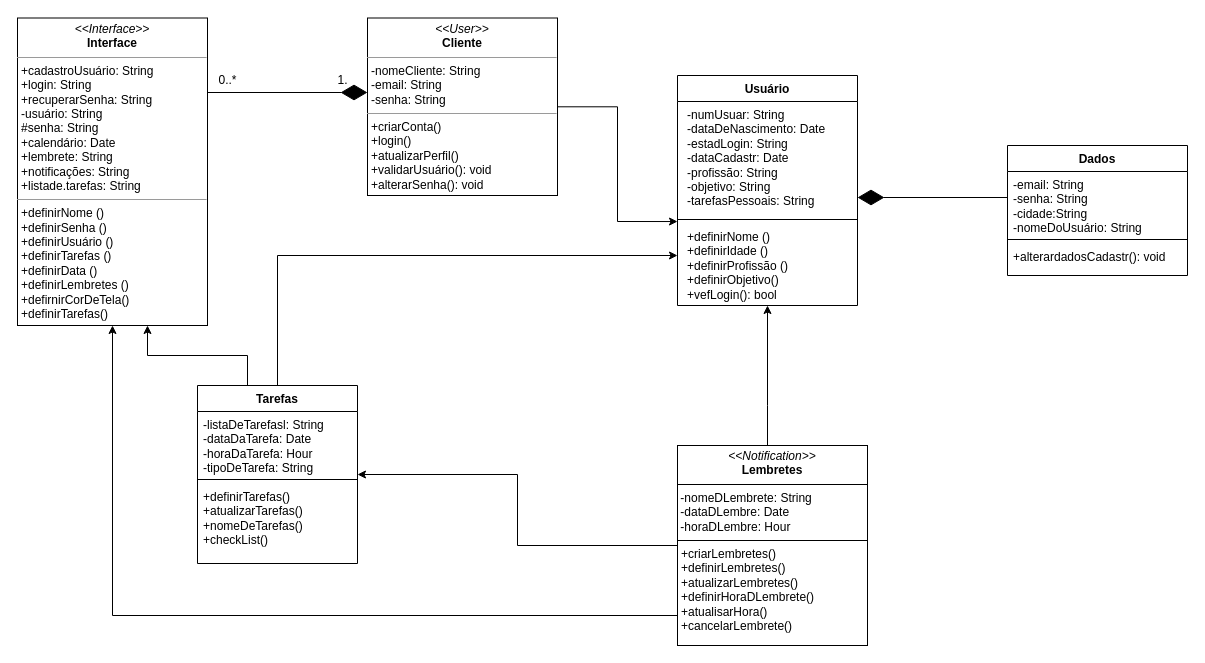
Above: docs/img/Diagrama de classe.drawio in ICEI-PUC-Minas-PMV-ADS/pmv-ads-2024-1-e2-proj-int-t3-grupo03 (draw.io), before the change. Source tidied: cells renumbered, new cells numbered last; positions are measured from the earlier drawing's top-left corner, leaving out a move shared by most shapes. Both pictures are drawn from the tidied source at 100%, with x=0, y=0 at pixel (17, 17).
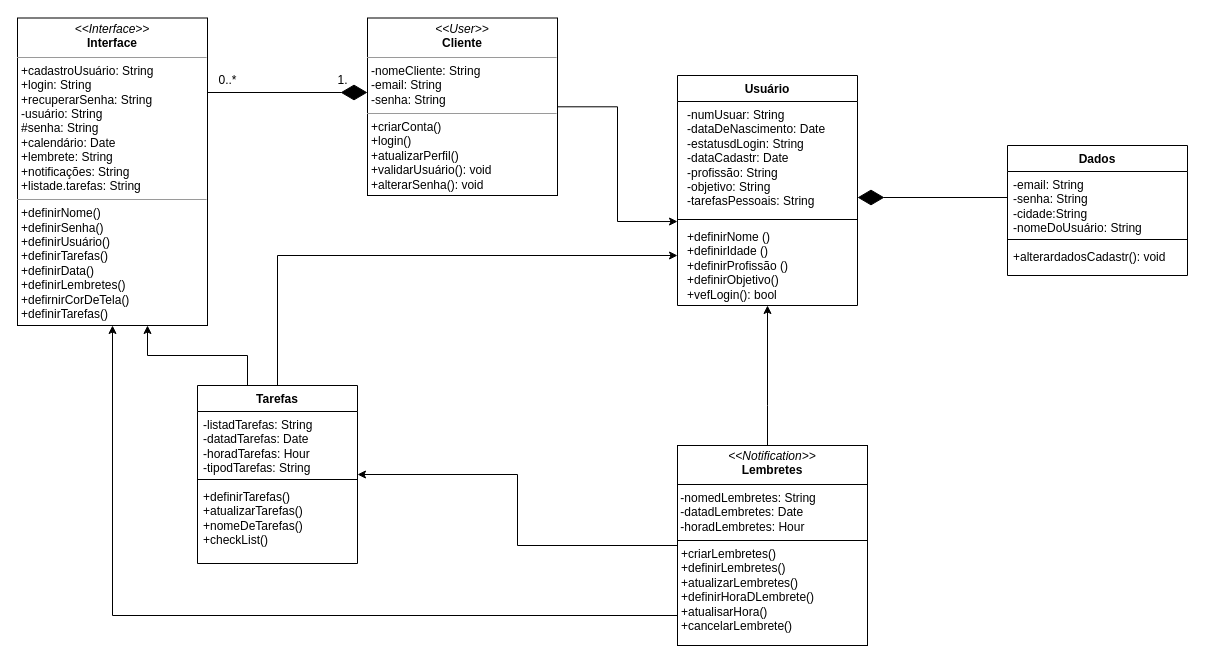
After the change.

Commit message (it also covers changes not shown here):
Diagrama de classe kipa.drawio

Unchanged cells that the change refers to:
```xml
<mxCell id="6" value="Usuário" style="swimlane;fontStyle=1;align=center;verticalAlign=top;horizontal=1;startSize=26;whiteSpace=wrap;html=1;" parent="1" vertex="1">
  <mxGeometry x="660" y="58" width="180" height="230" as="geometry" />
</mxCell>
<mxCell id="12" value="Tarefas" style="swimlane;fontStyle=1;align=center;verticalAlign=top;horizontal=1;startSize=26;whiteSpace=wrap;html=1;" parent="1" vertex="1">
  <mxGeometry x="180" y="368" width="160" height="178" as="geometry" />
</mxCell>
```

Change to the diagram source:
```diff
@@
-    <mxCell id="2" value="&lt;p style=&quot;margin:0px;margin-top:4px;text-align:center;&quot;&gt;&lt;i&gt;&amp;lt;&amp;lt;Interface&amp;gt;&amp;gt;&lt;/i&gt;&lt;br&gt;&lt;b&gt;Interface&lt;/b&gt;&lt;/p&gt;&lt;hr size=&quot;1&quot;&gt;&lt;p style=&quot;margin:0px;margin-left:4px;&quot;&gt;+cadastroUsuário:&amp;nbsp;&lt;span style=&quot;background-color: initial;&quot;&gt;String&lt;/span&gt;&lt;/p&gt;&lt;p style=&quot;margin:0px;margin-left:4px;&quot;&gt;+login:&amp;nbsp;&lt;span style=&quot;background-color: initial;&quot;&gt;String&lt;/span&gt;&lt;/p&gt;&lt;p style=&quot;margin:0px;margin-left:4px;&quot;&gt;+recuperarSenha:&amp;nbsp;&lt;span style=&quot;background-color: initial;&quot;&gt;String&lt;/span&gt;&lt;/p&gt;&lt;p style=&quot;margin:0px;margin-left:4px;&quot;&gt;&lt;span style=&quot;background-color: initial;&quot;&gt;-usuário:&amp;nbsp;&lt;/span&gt;&lt;span style=&quot;background-color: initial;&quot;&gt;String&lt;/span&gt;&lt;/p&gt;&lt;p style=&quot;margin:0px;margin-left:4px;&quot;&gt;&lt;span style=&quot;background-color: initial;&quot;&gt;#senha:&amp;nbsp;&lt;/span&gt;&lt;span style=&quot;background-color: initial;&quot;&gt;String&lt;/span&gt;&lt;/p&gt;&lt;p style=&quot;margin:0px;margin-left:4px;&quot;&gt;+calendário: Date&lt;/p&gt;&lt;p style=&quot;margin:0px;margin-left:4px;&quot;&gt;+lembrete:&amp;nbsp;&lt;span style=&quot;background-color: initial;&quot;&gt;String&lt;/span&gt;&lt;/p&gt;&lt;p style=&quot;margin:0px;margin-left:4px;&quot;&gt;+notificações:&amp;nbsp;&lt;span style=&quot;background-color: initial;&quot;&gt;String&lt;/span&gt;&lt;/p&gt;&lt;p style=&quot;margin:0px;margin-left:4px;&quot;&gt;&lt;span style=&quot;background-color: initial;&quot;&gt;+listade.tarefas:&amp;nbsp;&lt;/span&gt;&lt;span style=&quot;background-color: initial;&quot;&gt;String&lt;/span&gt;&lt;/p&gt;&lt;hr size=&quot;1&quot;&gt;&lt;p style=&quot;margin:0px;margin-left:4px;&quot;&gt;+definirNome ()&lt;/p&gt;&lt;p style=&quot;margin:0px;margin-left:4px;&quot;&gt;+definirSenha ()&lt;/p&gt;&lt;p style=&quot;margin:0px;margin-left:4px;&quot;&gt;+definirUsuário ()&lt;/p&gt;&lt;p style=&quot;margin:0px;margin-left:4px;&quot;&gt;+definirTarefas ()&lt;/p&gt;&lt;p style=&quot;margin:0px;margin-left:4px;&quot;&gt;+definirData ()&lt;br&gt;&lt;/p&gt;&lt;p style=&quot;margin:0px;margin-left:4px;&quot;&gt;+definirLembretes ()&lt;/p&gt;&lt;p style=&quot;margin:0px;margin-left:4px;&quot;&gt;+defirnirCorDeTela()&lt;/p&gt;&lt;p style=&quot;margin:0px;margin-left:4px;&quot;&gt;+definirTarefas()&lt;/p&gt;&lt;p style=&quot;margin: 0px 0px 0px 4px;&quot;&gt;&lt;br&gt;&lt;/p&gt;&lt;p style=&quot;margin:0px;margin-left:4px;&quot;&gt;&lt;br&gt;&lt;/p&gt;&lt;p style=&quot;margin:0px;margin-left:4px;&quot;&gt;&lt;br&gt;&lt;/p&gt;&lt;p style=&quot;margin:0px;margin-left:4px;&quot;&gt;&lt;br&gt;&lt;/p&gt;" style="verticalAlign=top;align=left;overflow=fill;fontSize=12;fontFamily=Helvetica;html=1;rounded=0;shadow=0;comic=0;labelBackgroundColor=none;strokeWidth=1;" parent="1" vertex="1">
+    <mxCell id="2" value="&lt;p style=&quot;margin:0px;margin-top:4px;text-align:center;&quot;&gt;&lt;i&gt;&amp;lt;&amp;lt;Interface&amp;gt;&amp;gt;&lt;/i&gt;&lt;br&gt;&lt;b&gt;Interface&lt;/b&gt;&lt;/p&gt;&lt;hr size=&quot;1&quot;&gt;&lt;p style=&quot;margin:0px;margin-left:4px;&quot;&gt;+cadastroUsuário:&amp;nbsp;&lt;span style=&quot;background-color: initial;&quot;&gt;String&lt;/span&gt;&lt;/p&gt;&lt;p style=&quot;margin:0px;margin-left:4px;&quot;&gt;+login:&amp;nbsp;&lt;span style=&quot;background-color: initial;&quot;&gt;String&lt;/span&gt;&lt;/p&gt;&lt;p style=&quot;margin:0px;margin-left:4px;&quot;&gt;+recuperarSenha:&amp;nbsp;&lt;span style=&quot;background-color: initial;&quot;&gt;String&lt;/span&gt;&lt;/p&gt;&lt;p style=&quot;margin:0px;margin-left:4px;&quot;&gt;&lt;span style=&quot;background-color: initial;&quot;&gt;-usuário:&amp;nbsp;&lt;/span&gt;&lt;span style=&quot;background-color: initial;&quot;&gt;String&lt;/span&gt;&lt;/p&gt;&lt;p style=&quot;margin:0px;margin-left:4px;&quot;&gt;&lt;span style=&quot;background-color: initial;&quot;&gt;#senha:&amp;nbsp;&lt;/span&gt;&lt;span style=&quot;background-color: initial;&quot;&gt;String&lt;/span&gt;&lt;/p&gt;&lt;p style=&quot;margin:0px;margin-left:4px;&quot;&gt;+calendário: Date&lt;/p&gt;&lt;p style=&quot;margin:0px;margin-left:4px;&quot;&gt;+lembrete:&amp;nbsp;&lt;span style=&quot;background-color: initial;&quot;&gt;String&lt;/span&gt;&lt;/p&gt;&lt;p style=&quot;margin:0px;margin-left:4px;&quot;&gt;+notificações:&amp;nbsp;&lt;span style=&quot;background-color: initial;&quot;&gt;String&lt;/span&gt;&lt;/p&gt;&lt;p style=&quot;margin:0px;margin-left:4px;&quot;&gt;&lt;span style=&quot;background-color: initial;&quot;&gt;+listade.tarefas:&amp;nbsp;&lt;/span&gt;&lt;span style=&quot;background-color: initial;&quot;&gt;String&lt;/span&gt;&lt;/p&gt;&lt;hr size=&quot;1&quot;&gt;&lt;p style=&quot;margin:0px;margin-left:4px;&quot;&gt;+definirNome()&lt;/p&gt;&lt;p style=&quot;margin:0px;margin-left:4px;&quot;&gt;+definirSenha()&lt;/p&gt;&lt;p style=&quot;margin:0px;margin-left:4px;&quot;&gt;+definirUsuário()&lt;/p&gt;&lt;p style=&quot;margin:0px;margin-left:4px;&quot;&gt;+definirTarefas()&lt;/p&gt;&lt;p style=&quot;margin:0px;margin-left:4px;&quot;&gt;+definirData()&lt;br&gt;&lt;/p&gt;&lt;p style=&quot;margin:0px;margin-left:4px;&quot;&gt;+definirLembretes()&lt;/p&gt;&lt;p style=&quot;margin:0px;margin-left:4px;&quot;&gt;+defirnirCorDeTela()&lt;/p&gt;&lt;p style=&quot;margin:0px;margin-left:4px;&quot;&gt;+definirTarefas()&lt;/p&gt;&lt;p style=&quot;margin: 0px 0px 0px 4px;&quot;&gt;&lt;br&gt;&lt;/p&gt;&lt;p style=&quot;margin:0px;margin-left:4px;&quot;&gt;&lt;br&gt;&lt;/p&gt;&lt;p style=&quot;margin:0px;margin-left:4px;&quot;&gt;&lt;br&gt;&lt;/p&gt;&lt;p style=&quot;margin:0px;margin-left:4px;&quot;&gt;&lt;br&gt;&lt;/p&gt;" style="verticalAlign=top;align=left;overflow=fill;fontSize=12;fontFamily=Helvetica;html=1;rounded=0;shadow=0;comic=0;labelBackgroundColor=none;strokeWidth=1;" parent="1" vertex="1">
       <mxGeometry y="0.5" width="190" height="307.5" as="geometry" />
     </mxCell>
@@
-    <mxCell id="7" value="&lt;p style=&quot;text-wrap: nowrap; margin: 0px 0px 0px 4px;&quot;&gt;-numUsuar:&amp;nbsp;&lt;span style=&quot;background-color: initial;&quot;&gt;String&lt;/span&gt;&lt;/p&gt;&lt;p style=&quot;text-wrap: nowrap; margin: 0px 0px 0px 4px;&quot;&gt;-dataDeNascimento: Date&lt;/p&gt;&lt;p style=&quot;text-wrap: nowrap; margin: 0px 0px 0px 4px;&quot;&gt;-estadLogin:&amp;nbsp;&lt;span style=&quot;background-color: initial;&quot;&gt;String&lt;/span&gt;&lt;/p&gt;&lt;p style=&quot;text-wrap: nowrap; margin: 0px 0px 0px 4px;&quot;&gt;&lt;span style=&quot;background-color: initial;&quot;&gt;-dataCadastr: Date&lt;/span&gt;&lt;/p&gt;&lt;p style=&quot;text-wrap: nowrap; margin: 0px 0px 0px 4px;&quot;&gt;-profissão: String&lt;/p&gt;&lt;p style=&quot;text-wrap: nowrap; margin: 0px 0px 0px 4px;&quot;&gt;-objetivo: String&lt;/p&gt;&lt;p style=&quot;text-wrap: nowrap; margin: 0px 0px 0px 4px;&quot;&gt;-tarefasPessoais: String&lt;/p&gt;&lt;p style=&quot;text-wrap: nowrap; margin: 0px 0px 0px 4px;&quot;&gt;&lt;br&gt;&lt;/p&gt;" style="text;strokeColor=none;fillColor=none;align=left;verticalAlign=top;spacingLeft=4;spacingRight=4;overflow=hidden;points=[[0,0.5],[1,0.5]];portConstraint=eastwest;whiteSpace=wrap;html=1;" parent="6" vertex="1">
+    <mxCell id="7" value="&lt;p style=&quot;text-wrap: nowrap; margin: 0px 0px 0px 4px;&quot;&gt;-numUsuar:&amp;nbsp;&lt;span style=&quot;background-color: initial;&quot;&gt;String&lt;/span&gt;&lt;/p&gt;&lt;p style=&quot;text-wrap: nowrap; margin: 0px 0px 0px 4px;&quot;&gt;-dataDeNascimento: Date&lt;/p&gt;&lt;p style=&quot;text-wrap: nowrap; margin: 0px 0px 0px 4px;&quot;&gt;-estatusdLogin:&amp;nbsp;&lt;span style=&quot;background-color: initial;&quot;&gt;String&lt;/span&gt;&lt;/p&gt;&lt;p style=&quot;text-wrap: nowrap; margin: 0px 0px 0px 4px;&quot;&gt;&lt;span style=&quot;background-color: initial;&quot;&gt;-dataCadastr: Date&lt;/span&gt;&lt;/p&gt;&lt;p style=&quot;text-wrap: nowrap; margin: 0px 0px 0px 4px;&quot;&gt;-profissão: String&lt;/p&gt;&lt;p style=&quot;text-wrap: nowrap; margin: 0px 0px 0px 4px;&quot;&gt;-objetivo: String&lt;/p&gt;&lt;p style=&quot;text-wrap: nowrap; margin: 0px 0px 0px 4px;&quot;&gt;-tarefasPessoais: String&lt;/p&gt;&lt;p style=&quot;text-wrap: nowrap; margin: 0px 0px 0px 4px;&quot;&gt;&lt;br&gt;&lt;/p&gt;" style="text;strokeColor=none;fillColor=none;align=left;verticalAlign=top;spacingLeft=4;spacingRight=4;overflow=hidden;points=[[0,0.5],[1,0.5]];portConstraint=eastwest;whiteSpace=wrap;html=1;" parent="6" vertex="1">
       <mxGeometry y="26" width="180" height="114" as="geometry" />
     </mxCell>
@@
-    <mxCell id="13" value="-listaDeTarefasl:&amp;nbsp;&lt;span style=&quot;text-wrap: nowrap;&quot;&gt;String&lt;/span&gt;&lt;div&gt;&lt;span style=&quot;background-color: initial;&quot;&gt;&lt;span style=&quot;text-wrap: nowrap;&quot;&gt;-dataDaTarefa: Date&lt;/span&gt;&lt;/span&gt;&lt;/div&gt;&lt;div&gt;&lt;span style=&quot;background-color: initial;&quot;&gt;&lt;span style=&quot;text-wrap: nowrap;&quot;&gt;-horaDaTarefa: Hour&lt;/span&gt;&lt;/span&gt;&lt;/div&gt;&lt;div&gt;&lt;span style=&quot;background-color: initial;&quot;&gt;&lt;span style=&quot;text-wrap: nowrap;&quot;&gt;-tipoDeTarefa:&amp;nbsp;&lt;/span&gt;&lt;/span&gt;&lt;span style=&quot;text-wrap: nowrap; background-color: initial;&quot;&gt;String&lt;/span&gt;&lt;/div&gt;" style="text;strokeColor=none;fillColor=none;align=left;verticalAlign=top;spacingLeft=4;spacingRight=4;overflow=hidden;whiteSpace=wrap;html=1;" parent="12" vertex="1">
+    <mxCell id="13" value="-listadTarefas:&amp;nbsp;&lt;span style=&quot;text-wrap: nowrap;&quot;&gt;String&lt;/span&gt;&lt;div&gt;&lt;span style=&quot;background-color: initial;&quot;&gt;&lt;span style=&quot;text-wrap: nowrap;&quot;&gt;-datadTarefas: Date&lt;/span&gt;&lt;/span&gt;&lt;/div&gt;&lt;div&gt;&lt;span style=&quot;background-color: initial;&quot;&gt;&lt;span style=&quot;text-wrap: nowrap;&quot;&gt;-horadTarefas: Hour&lt;/span&gt;&lt;/span&gt;&lt;/div&gt;&lt;div&gt;&lt;span style=&quot;background-color: initial;&quot;&gt;&lt;span style=&quot;text-wrap: nowrap;&quot;&gt;-tipodTarefas:&amp;nbsp;&lt;/span&gt;&lt;/span&gt;&lt;span style=&quot;text-wrap: nowrap; background-color: initial;&quot;&gt;String&lt;/span&gt;&lt;/div&gt;" style="text;strokeColor=none;fillColor=none;align=left;verticalAlign=top;spacingLeft=4;spacingRight=4;overflow=hidden;whiteSpace=wrap;html=1;" parent="12" vertex="1">
       <mxGeometry y="26" width="160" height="64" as="geometry" />
     </mxCell>
@@
-    <mxCell id="21" value="&lt;p style=&quot;margin:0px;margin-top:4px;text-align:center;&quot;&gt;&lt;i&gt;&amp;lt;&amp;lt;Notification&amp;gt;&amp;gt;&lt;/i&gt;&lt;br&gt;&lt;b&gt;Lembretes&lt;/b&gt;&lt;/p&gt;&lt;hr size=&quot;1&quot; style=&quot;border-style:solid;&quot;&gt;&lt;div&gt;&lt;span style=&quot;text-wrap: nowrap;&quot;&gt;&amp;nbsp;-nomeDLembrete:&amp;nbsp;&lt;/span&gt;&lt;span style=&quot;text-wrap: nowrap; background-color: initial;&quot;&gt;String&lt;/span&gt;&lt;span style=&quot;background-color: initial;&quot;&gt;&lt;span style=&quot;text-wrap: nowrap;&quot;&gt;&lt;br&gt;&lt;/span&gt;&lt;/span&gt;&lt;/div&gt;&lt;div&gt;&lt;span style=&quot;background-color: initial;&quot;&gt;&lt;span style=&quot;text-wrap: nowrap;&quot;&gt;&amp;nbsp;-dataDLembre: Date&lt;/span&gt;&lt;/span&gt;&lt;/div&gt;&lt;div&gt;&lt;span style=&quot;background-color: initial;&quot;&gt;&lt;span style=&quot;text-wrap: nowrap;&quot;&gt;&amp;nbsp;-horaDLembre: Hour&lt;/span&gt;&lt;/span&gt;&lt;/div&gt;&lt;hr size=&quot;1&quot; style=&quot;border-style:solid;&quot;&gt;&lt;p style=&quot;margin:0px;margin-left:4px;&quot;&gt;&lt;span style=&quot;text-wrap: nowrap;&quot;&gt;+criarLembretes()&lt;/span&gt;&lt;span style=&quot;text-wrap: nowrap;&quot;&gt;&lt;br&gt;&lt;/span&gt;&lt;/p&gt;&lt;p style=&quot;margin:0px;margin-left:4px;&quot;&gt;&lt;span style=&quot;text-wrap: nowrap;&quot;&gt;+definirLembretes()&lt;/span&gt;&lt;br&gt;&lt;/p&gt;&lt;p style=&quot;margin:0px;margin-left:4px;&quot;&gt;&lt;span style=&quot;text-wrap: nowrap;&quot;&gt;+atualizarLembretes()&lt;/span&gt;&lt;/p&gt;&lt;p style=&quot;margin:0px;margin-left:4px;&quot;&gt;&lt;span style=&quot;text-wrap: nowrap;&quot;&gt;+definirHoraDLembrete()&lt;/span&gt;&lt;/p&gt;&lt;p style=&quot;margin:0px;margin-left:4px;&quot;&gt;&lt;span style=&quot;text-wrap: nowrap;&quot;&gt;+atualisarHora()&lt;/span&gt;&lt;/p&gt;&lt;p style=&quot;margin:0px;margin-left:4px;&quot;&gt;&lt;span style=&quot;text-wrap: nowrap;&quot;&gt;+cancelarLembrete()&lt;/span&gt;&lt;/p&gt;" style="verticalAlign=top;align=left;overflow=fill;html=1;whiteSpace=wrap;" parent="1" vertex="1">
+    <mxCell id="21" value="&lt;p style=&quot;margin:0px;margin-top:4px;text-align:center;&quot;&gt;&lt;i&gt;&amp;lt;&amp;lt;Notification&amp;gt;&amp;gt;&lt;/i&gt;&lt;br&gt;&lt;b&gt;Lembretes&lt;/b&gt;&lt;/p&gt;&lt;hr size=&quot;1&quot; style=&quot;border-style:solid;&quot;&gt;&lt;div&gt;&lt;span style=&quot;text-wrap: nowrap;&quot;&gt;&amp;nbsp;-nomedLembretes:&amp;nbsp;&lt;/span&gt;&lt;span style=&quot;text-wrap: nowrap; background-color: initial;&quot;&gt;String&lt;/span&gt;&lt;span style=&quot;background-color: initial;&quot;&gt;&lt;span style=&quot;text-wrap: nowrap;&quot;&gt;&lt;br&gt;&lt;/span&gt;&lt;/span&gt;&lt;/div&gt;&lt;div&gt;&lt;span style=&quot;background-color: initial;&quot;&gt;&lt;span style=&quot;text-wrap: nowrap;&quot;&gt;&amp;nbsp;-datadLembretes: Date&lt;/span&gt;&lt;/span&gt;&lt;/div&gt;&lt;div&gt;&lt;span style=&quot;background-color: initial;&quot;&gt;&lt;span style=&quot;text-wrap: nowrap;&quot;&gt;&amp;nbsp;-horadLembretes: Hour&lt;/span&gt;&lt;/span&gt;&lt;/div&gt;&lt;hr size=&quot;1&quot; style=&quot;border-style:solid;&quot;&gt;&lt;p style=&quot;margin:0px;margin-left:4px;&quot;&gt;&lt;span style=&quot;text-wrap: nowrap;&quot;&gt;+criarLembretes()&lt;/span&gt;&lt;span style=&quot;text-wrap: nowrap;&quot;&gt;&lt;br&gt;&lt;/span&gt;&lt;/p&gt;&lt;p style=&quot;margin:0px;margin-left:4px;&quot;&gt;&lt;span style=&quot;text-wrap: nowrap;&quot;&gt;+definirLembretes()&lt;/span&gt;&lt;br&gt;&lt;/p&gt;&lt;p style=&quot;margin:0px;margin-left:4px;&quot;&gt;&lt;span style=&quot;text-wrap: nowrap;&quot;&gt;+atualizarLembretes()&lt;/span&gt;&lt;/p&gt;&lt;p style=&quot;margin:0px;margin-left:4px;&quot;&gt;&lt;span style=&quot;text-wrap: nowrap;&quot;&gt;+definirHoraDLembrete()&lt;/span&gt;&lt;/p&gt;&lt;p style=&quot;margin:0px;margin-left:4px;&quot;&gt;&lt;span style=&quot;text-wrap: nowrap;&quot;&gt;+atualisarHora()&lt;/span&gt;&lt;/p&gt;&lt;p style=&quot;margin:0px;margin-left:4px;&quot;&gt;&lt;span style=&quot;text-wrap: nowrap;&quot;&gt;+cancelarLembrete()&lt;/span&gt;&lt;/p&gt;" style="verticalAlign=top;align=left;overflow=fill;html=1;whiteSpace=wrap;" parent="1" vertex="1">
       <mxGeometry x="660" y="428" width="190" height="200" as="geometry" />
     </mxCell>
```
